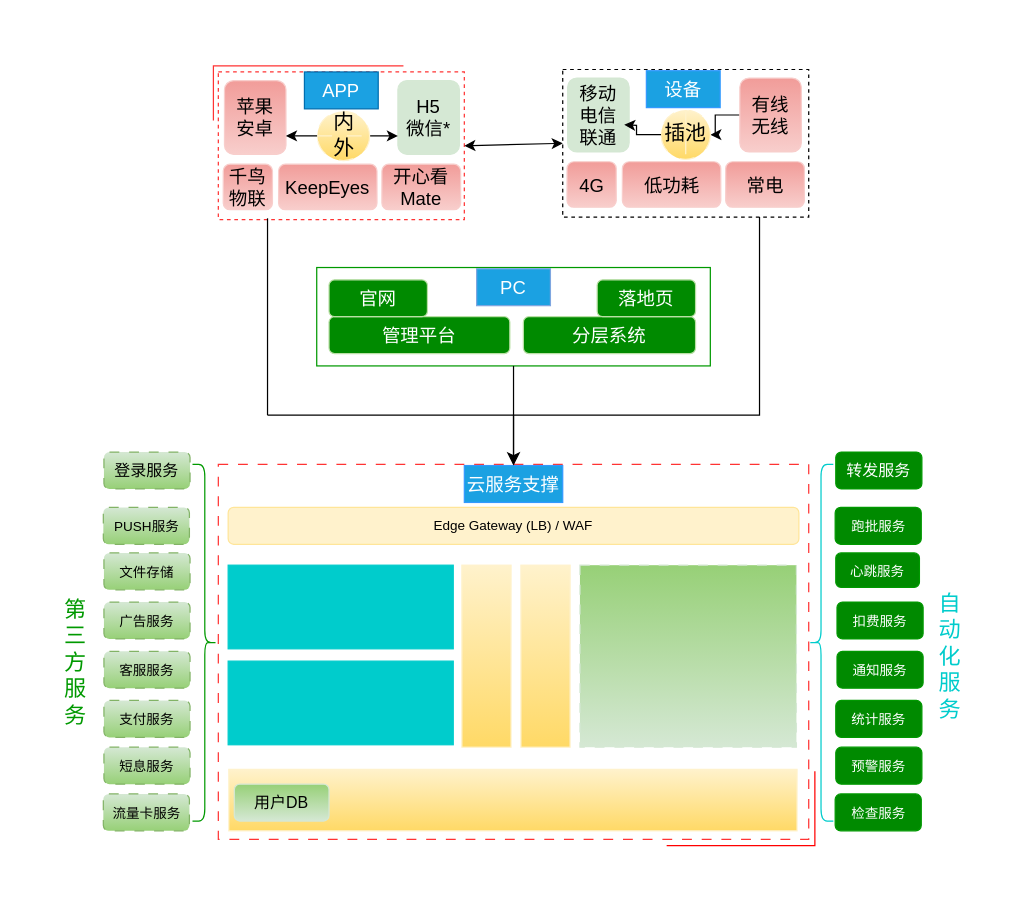
The draw.io diagram cloudbirds/整体全景模型.drawio in luoyongshun/framework, before the edit. Source tidied: cells renumbered, new cells numbered last; positions are measured from the earlier drawing's top-left corner, leaving out a move shared by most shapes. Both pictures are drawn from the tidied source at 123%, with x=0, y=0 at pixel (38, 65).
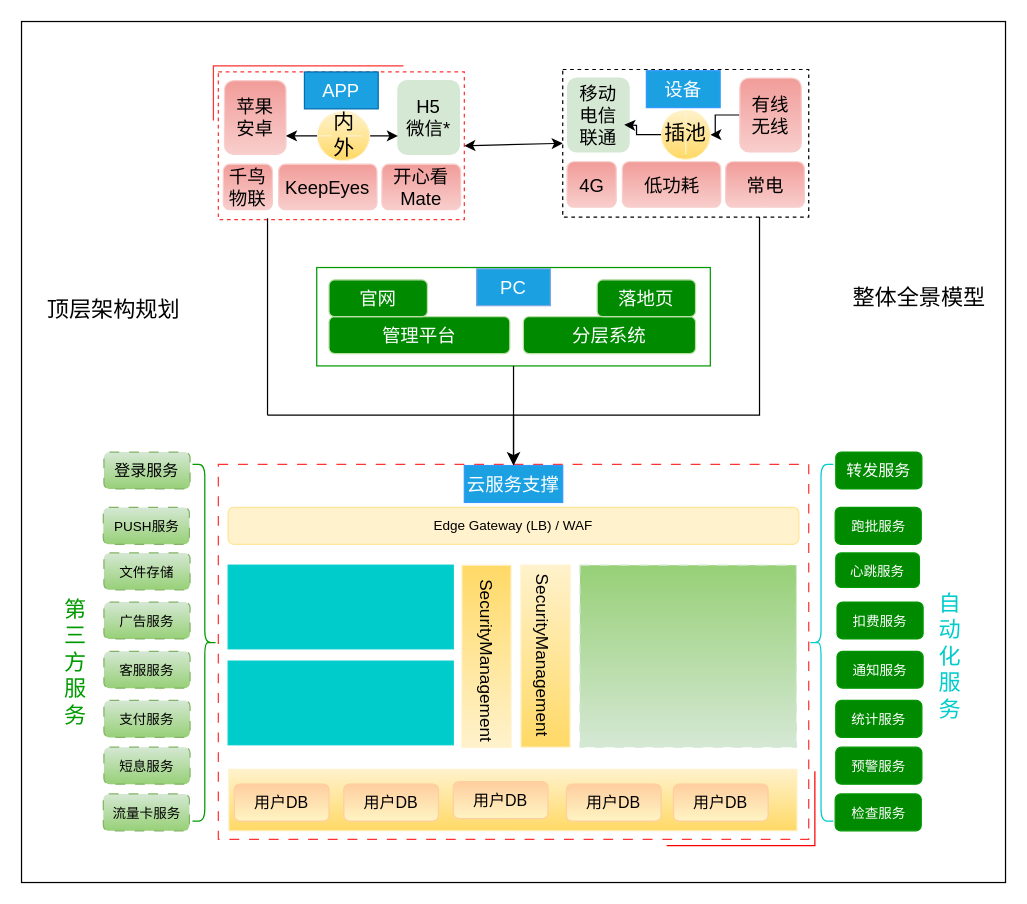
The same diagram, later.

Commit message:
更新整体全景模型.drawio

The edit, as a diff of the source:
```diff
@@
+    <mxCell id="65" style="rounded=0;whiteSpace=wrap;html=1;fontSize=13;" parent="1" vertex="1">
+      <mxGeometry x="-14" y="-36" width="800" height="700" as="geometry" />
+    </mxCell>
@@
+    <mxCell id="15" style="shape=partialRectangle;whiteSpace=wrap;html=1;bottom=0;right=0;fillColor=none;fontSize=15;strokeColor=#FF3333;" parent="1" vertex="1">
+      <mxGeometry x="142" width="154" height="44" as="geometry" />
+    </mxCell>
@@
-    <mxCell id="15" style="shape=partialRectangle;whiteSpace=wrap;html=1;bottom=0;right=0;fillColor=none;fontSize=15;strokeColor=#FF3333;" parent="1" vertex="1">
-      <mxGeometry x="142" width="154" height="44" as="geometry" />
-    </mxCell>
@@
-    <mxCell id="62" style="rounded=0;whiteSpace=wrap;html=1;strokeColor=#FFF2CC;fontSize=13;fillColor=#fff2cc;gradientColor=#ffd966;" parent="1" vertex="1">
+    <mxCell id="62" style="rounded=0;whiteSpace=wrap;html=1;strokeColor=#FFF2CC;fontSize=13;fillColor=#fff2cc;gradientColor=#ffd966;direction=west;" parent="1" vertex="1">
       <mxGeometry x="344" y="406" width="40" height="148" as="geometry" />
     </mxCell>
@@
-    <mxCell id="64" value="&lt;font color=&quot;#000000&quot;&gt;用户DB&lt;/font&gt;" style="rounded=1;whiteSpace=wrap;html=1;strokeColor=#D5E8D4;fontSize=13;fontColor=#00CCCC;fillColor=#97D077;gradientColor=#D5E8D4;" parent="1" vertex="1">
+    <mxCell id="64" value="&lt;font color=&quot;#000000&quot;&gt;用户DB&lt;/font&gt;" style="rounded=1;whiteSpace=wrap;html=1;strokeColor=#FFCE9F;fontSize=13;fontColor=#00CCCC;fillColor=#FFCE9F;gradientColor=#FFF4C3;" parent="1" vertex="1">
       <mxGeometry x="159" y="584" width="77" height="30" as="geometry" />
     </mxCell>
+    <mxCell id="66" value="&lt;font color=&quot;#000000&quot;&gt;用户DB&lt;/font&gt;" style="rounded=1;whiteSpace=wrap;html=1;strokeColor=#FFCE9F;fontSize=13;fontColor=#00CCCC;fillColor=#FFCE9F;gradientColor=#FFF4C3;" parent="1" vertex="1">
+      <mxGeometry x="248" y="584" width="77" height="30" as="geometry" />
+    </mxCell>
+    <mxCell id="67" value="&lt;font color=&quot;#000000&quot;&gt;用户DB&lt;/font&gt;" style="rounded=1;whiteSpace=wrap;html=1;strokeColor=#FFCE9F;fontSize=13;fontColor=#00CCCC;fillColor=#FFCE9F;gradientColor=#FFF4C3;" parent="1" vertex="1">
+      <mxGeometry x="337" y="582" width="77" height="30" as="geometry" />
+    </mxCell>
+    <mxCell id="68" value="&lt;font color=&quot;#000000&quot;&gt;用户DB&lt;/font&gt;" style="rounded=1;whiteSpace=wrap;html=1;strokeColor=#FFCE9F;fontSize=13;fontColor=#00CCCC;fillColor=#FFCE9F;gradientColor=#FFF4C3;" parent="1" vertex="1">
+      <mxGeometry x="429" y="584" width="77" height="30" as="geometry" />
+    </mxCell>
+    <mxCell id="69" value="&lt;font color=&quot;#000000&quot;&gt;用户DB&lt;/font&gt;" style="rounded=1;whiteSpace=wrap;html=1;strokeColor=#FFCE9F;fontSize=13;fontColor=#00CCCC;fillColor=#FFCE9F;gradientColor=#FFF4C3;" parent="1" vertex="1">
+      <mxGeometry x="516" y="584" width="77" height="30" as="geometry" />
+    </mxCell>
+    <mxCell id="70" value="&lt;font style=&quot;font-size: 18px;&quot;&gt;顶层架构规划&lt;/font&gt;" style="text;html=1;strokeColor=none;fillColor=none;align=center;verticalAlign=middle;whiteSpace=wrap;rounded=0;fontSize=13;fontColor=#000000;" parent="1" vertex="1">
+      <mxGeometry x="6" y="184" width="110" height="30" as="geometry" />
+    </mxCell>
+    <mxCell id="71" value="&lt;font style=&quot;font-size: 18px;&quot;&gt;整体全景模型&lt;/font&gt;" style="text;html=1;strokeColor=none;fillColor=none;align=center;verticalAlign=middle;whiteSpace=wrap;rounded=0;fontSize=13;fontColor=#000000;" parent="1" vertex="1">
+      <mxGeometry x="661" y="174" width="110" height="30" as="geometry" />
+    </mxCell>
+    <mxCell id="72" value="&lt;font style=&quot;font-size: 14px;&quot;&gt;SecurityManagement&lt;/font&gt;" style="text;html=1;strokeColor=none;fillColor=none;align=center;verticalAlign=middle;whiteSpace=wrap;rounded=0;fontSize=18;fontColor=#000000;rotation=90;" parent="1" vertex="1">
+      <mxGeometry x="288" y="469" width="154" height="30" as="geometry" />
+    </mxCell>
+    <mxCell id="73" value="&lt;font style=&quot;font-size: 14px;&quot;&gt;SecurityManagement&lt;/font&gt;" style="text;html=1;strokeColor=none;fillColor=none;align=center;verticalAlign=middle;whiteSpace=wrap;rounded=0;fontSize=18;fontColor=#000000;rotation=90;" parent="1" vertex="1">
+      <mxGeometry x="339" y="464.5" width="144" height="30" as="geometry" />
+    </mxCell>
```
